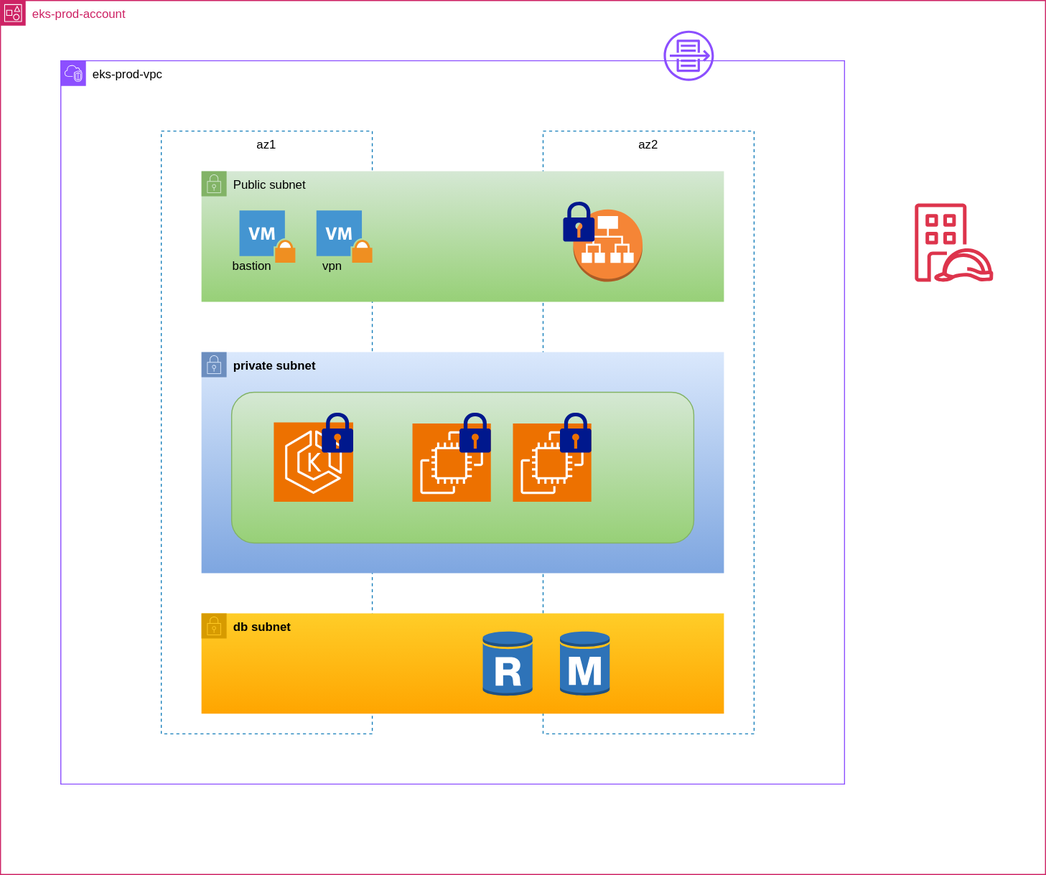
This is eks.drawio.svg from ullagallu123/svg, a draw.io export, as it was before one commit. Source tidied: cells renumbered, new cells last; positions are measured from the earlier drawing's top-left corner, leaving out a move shared by most shapes. Source of this version:
```xml
<mxGraphModel>
  <root>
    <mxCell id="0" />
    <mxCell id="1" parent="0" />
    <mxCell id="2" value="eks-prod-account" style="gradientColor=none;html=1;whiteSpace=wrap;fontSize=12;fontStyle=0;shape=mxgraph.aws4.group;grIcon=mxgraph.aws4.group_account;strokeColor=#CD2264;fillColor=none;verticalAlign=top;align=left;spacingLeft=30;fontColor=#CD2264;dashed=0;" parent="1" vertex="1">
      <mxGeometry width="1040" height="870" as="geometry" />
    </mxCell>
    <mxCell id="3" style="sketch=0;fontColor=#232F3E;gradientColor=none;fillColor=#DD344C;strokeColor=none;dashed=0;verticalLabelPosition=bottom;verticalAlign=top;align=center;html=1;fontSize=12;fontStyle=0;shape=mxgraph.aws4.identity_access_management_iam_roles_anywhere;" parent="2" vertex="1">
      <mxGeometry x="910" y="202" width="78" height="78" as="geometry" />
    </mxCell>
    <mxCell id="4" value="&lt;font style=&quot;color: light-dark(rgb(0, 0, 0), rgb(127, 0, 255));&quot;&gt;eks-prod-vpc&lt;/font&gt;" style="gradientColor=none;html=1;whiteSpace=wrap;fontSize=12;fontStyle=0;shape=mxgraph.aws4.group;grIcon=mxgraph.aws4.group_vpc2;strokeColor=#8C4FFF;fillColor=none;verticalAlign=top;align=left;spacingLeft=30;fontColor=#AAB7B8;dashed=0;" parent="1" vertex="1">
      <mxGeometry x="60" y="60" width="780" height="720" as="geometry" />
    </mxCell>
    <mxCell id="5" value="&lt;font style=&quot;color: light-dark(rgb(0, 0, 0), rgb(0, 255, 0));&quot;&gt;az1&lt;/font&gt;" style="fillColor=none;strokeColor=light-dark(#147EBA,#00FF80);dashed=1;verticalAlign=top;fontStyle=0;fontColor=#147EBA;whiteSpace=wrap;html=1;" parent="4" vertex="1">
      <mxGeometry x="100" y="70" width="210" height="600" as="geometry" />
    </mxCell>
    <mxCell id="6" value="&lt;font style=&quot;color: light-dark(rgb(0, 0, 0), rgb(153, 51, 255));&quot;&gt;az2&lt;/font&gt;" style="fillColor=none;strokeColor=light-dark(#147EBA,#CC00CC);dashed=1;verticalAlign=top;fontStyle=0;fontColor=#147EBA;whiteSpace=wrap;html=1;" parent="4" vertex="1">
      <mxGeometry x="480" y="70" width="210" height="600" as="geometry" />
    </mxCell>
    <mxCell id="7" value="Public subnet" style="gradientColor=#97d077;html=1;whiteSpace=wrap;fontSize=12;fontStyle=0;shape=mxgraph.aws4.group;grIcon=mxgraph.aws4.group_security_group;grStroke=0;strokeColor=#82b366;fillColor=#d5e8d4;verticalAlign=top;align=left;spacingLeft=30;dashed=0;" parent="4" vertex="1">
      <mxGeometry x="140" y="110" width="520" height="130" as="geometry" />
    </mxCell>
    <mxCell id="8" style="shadow=0;dashed=0;html=1;strokeColor=none;fillColor=#4495D1;labelPosition=center;verticalLabelPosition=bottom;verticalAlign=top;align=center;outlineConnect=0;shape=mxgraph.veeam.2d.vm_locked;" parent="7" vertex="1">
      <mxGeometry x="37.8" y="39" width="55.6" height="52" as="geometry" />
    </mxCell>
    <mxCell id="9" value="vpn" style="text;html=1;align=center;verticalAlign=middle;strokeColor=none;fillColor=none;" parent="7" vertex="1">
      <mxGeometry x="110" y="80" width="40" height="30" as="geometry" />
    </mxCell>
    <mxCell id="10" value="private subnet" style="gradientColor=#7ea6e0;html=1;whiteSpace=wrap;fontSize=12;fontStyle=1;shape=mxgraph.aws4.group;grIcon=mxgraph.aws4.group_security_group;grStroke=0;strokeColor=#6c8ebf;fillColor=#dae8fc;verticalAlign=top;align=left;spacingLeft=30;dashed=0;" parent="4" vertex="1">
      <mxGeometry x="140" y="290" width="520" height="220" as="geometry" />
    </mxCell>
    <mxCell id="11" style="rounded=1;whiteSpace=wrap;html=1;fillColor=#d5e8d4;gradientColor=#97d077;strokeColor=#82b366;" parent="10" vertex="1">
      <mxGeometry x="30" y="40" width="460" height="150" as="geometry" />
    </mxCell>
    <mxCell id="12" style="sketch=0;points=[[0,0,0],[0.25,0,0],[0.5,0,0],[0.75,0,0],[1,0,0],[0,1,0],[0.25,1,0],[0.5,1,0],[0.75,1,0],[1,1,0],[0,0.25,0],[0,0.5,0],[0,0.75,0],[1,0.25,0],[1,0.5,0],[1,0.75,0]];outlineConnect=0;fontColor=#232F3E;fillColor=#ED7100;strokeColor=#ffffff;dashed=0;verticalLabelPosition=bottom;verticalAlign=top;align=center;html=1;fontSize=12;fontStyle=0;shape=mxgraph.aws4.resourceIcon;resIcon=mxgraph.aws4.eks;" parent="10" vertex="1">
      <mxGeometry x="72" y="70" width="79" height="79" as="geometry" />
    </mxCell>
    <mxCell id="13" style="sketch=0;shadow=0;dashed=0;html=1;strokeColor=none;labelPosition=center;verticalLabelPosition=bottom;verticalAlign=top;align=center;fillColor=#00188D;shape=mxgraph.mscae.enterprise.lock;" parent="10" vertex="1">
      <mxGeometry x="119.8" y="60" width="31.2" height="40" as="geometry" />
    </mxCell>
    <mxCell id="14" style="sketch=0;fontColor=#232F3E;fillColor=#ED7100;strokeColor=#ffffff;dashed=0;verticalLabelPosition=bottom;verticalAlign=top;align=center;html=1;fontSize=12;fontStyle=0;shape=mxgraph.aws4.resourceIcon;resIcon=mxgraph.aws4.ec2;" parent="10" vertex="1">
      <mxGeometry x="210" y="71" width="78" height="78" as="geometry" />
    </mxCell>
    <mxCell id="15" style="sketch=0;fontColor=#232F3E;fillColor=#ED7100;strokeColor=#ffffff;dashed=0;verticalLabelPosition=bottom;verticalAlign=top;align=center;html=1;fontSize=12;fontStyle=0;shape=mxgraph.aws4.resourceIcon;resIcon=mxgraph.aws4.ec2;" parent="10" vertex="1">
      <mxGeometry x="310" y="71" width="78" height="78" as="geometry" />
    </mxCell>
    <mxCell id="16" style="sketch=0;shadow=0;dashed=0;html=1;strokeColor=none;labelPosition=center;verticalLabelPosition=bottom;verticalAlign=top;align=center;fillColor=#00188D;shape=mxgraph.mscae.enterprise.lock;" parent="10" vertex="1">
      <mxGeometry x="256.8" y="60" width="31.2" height="40" as="geometry" />
    </mxCell>
    <mxCell id="17" style="sketch=0;shadow=0;dashed=0;html=1;strokeColor=none;labelPosition=center;verticalLabelPosition=bottom;verticalAlign=top;align=center;fillColor=#00188D;shape=mxgraph.mscae.enterprise.lock;" parent="10" vertex="1">
      <mxGeometry x="356.8" y="60" width="31.2" height="40" as="geometry" />
    </mxCell>
    <mxCell id="18" value="db subnet" style="gradientColor=#ffa500;html=1;whiteSpace=wrap;fontSize=12;fontStyle=1;shape=mxgraph.aws4.group;grIcon=mxgraph.aws4.group_security_group;grStroke=0;strokeColor=#d79b00;fillColor=#ffcd28;verticalAlign=top;align=left;spacingLeft=30;dashed=0;" parent="4" vertex="1">
      <mxGeometry x="140" y="550" width="520" height="100" as="geometry" />
    </mxCell>
    <mxCell id="19" style="outlineConnect=0;dashed=0;verticalLabelPosition=bottom;verticalAlign=top;align=center;html=1;shape=mxgraph.aws3.rds_db_instance;fillColor=#2E73B8;gradientColor=none;" parent="18" vertex="1">
      <mxGeometry x="356.8" y="17" width="49.5" height="66" as="geometry" />
    </mxCell>
    <mxCell id="20" style="outlineConnect=0;dashed=0;verticalLabelPosition=bottom;verticalAlign=top;align=center;html=1;shape=mxgraph.aws3.rds_db_instance_read_replica;fillColor=#2E73B8;gradientColor=none;" parent="18" vertex="1">
      <mxGeometry x="280" y="17" width="49.5" height="66" as="geometry" />
    </mxCell>
    <mxCell id="21" style="shadow=0;dashed=0;html=1;strokeColor=none;fillColor=#4495D1;labelPosition=center;verticalLabelPosition=bottom;verticalAlign=top;align=center;outlineConnect=0;shape=mxgraph.veeam.2d.vm_locked;" parent="4" vertex="1">
      <mxGeometry x="254.4" y="149" width="55.6" height="52" as="geometry" />
    </mxCell>
    <mxCell id="22" value="bastion" style="text;html=1;align=center;verticalAlign=middle;points=[];strokeColor=none;fillColor=none;" parent="4" vertex="1">
      <mxGeometry x="160" y="190" width="60" height="30" as="geometry" />
    </mxCell>
    <mxCell id="23" style="outlineConnect=0;dashed=0;verticalLabelPosition=bottom;verticalAlign=top;align=center;html=1;shape=mxgraph.aws3.application_load_balancer;fillColor=#F58536;gradientColor=none;" parent="4" vertex="1">
      <mxGeometry x="510" y="148" width="69" height="72" as="geometry" />
    </mxCell>
    <mxCell id="24" style="sketch=0;shadow=0;dashed=0;html=1;strokeColor=none;labelPosition=center;verticalLabelPosition=bottom;verticalAlign=top;align=center;fillColor=#00188D;shape=mxgraph.mscae.enterprise.lock;" parent="4" vertex="1">
      <mxGeometry x="500" y="140" width="31.2" height="40" as="geometry" />
    </mxCell>
    <mxCell id="25" style="sketch=0;fontColor=#232F3E;gradientColor=none;fillColor=#8C4FFF;strokeColor=none;dashed=0;verticalLabelPosition=bottom;verticalAlign=top;align=center;html=1;fontSize=12;fontStyle=0;shape=mxgraph.aws4.flow_logs;" parent="1" vertex="1">
      <mxGeometry x="660" y="30" width="50" height="50" as="geometry" />
    </mxCell>
  </root>
</mxGraphModel>
```
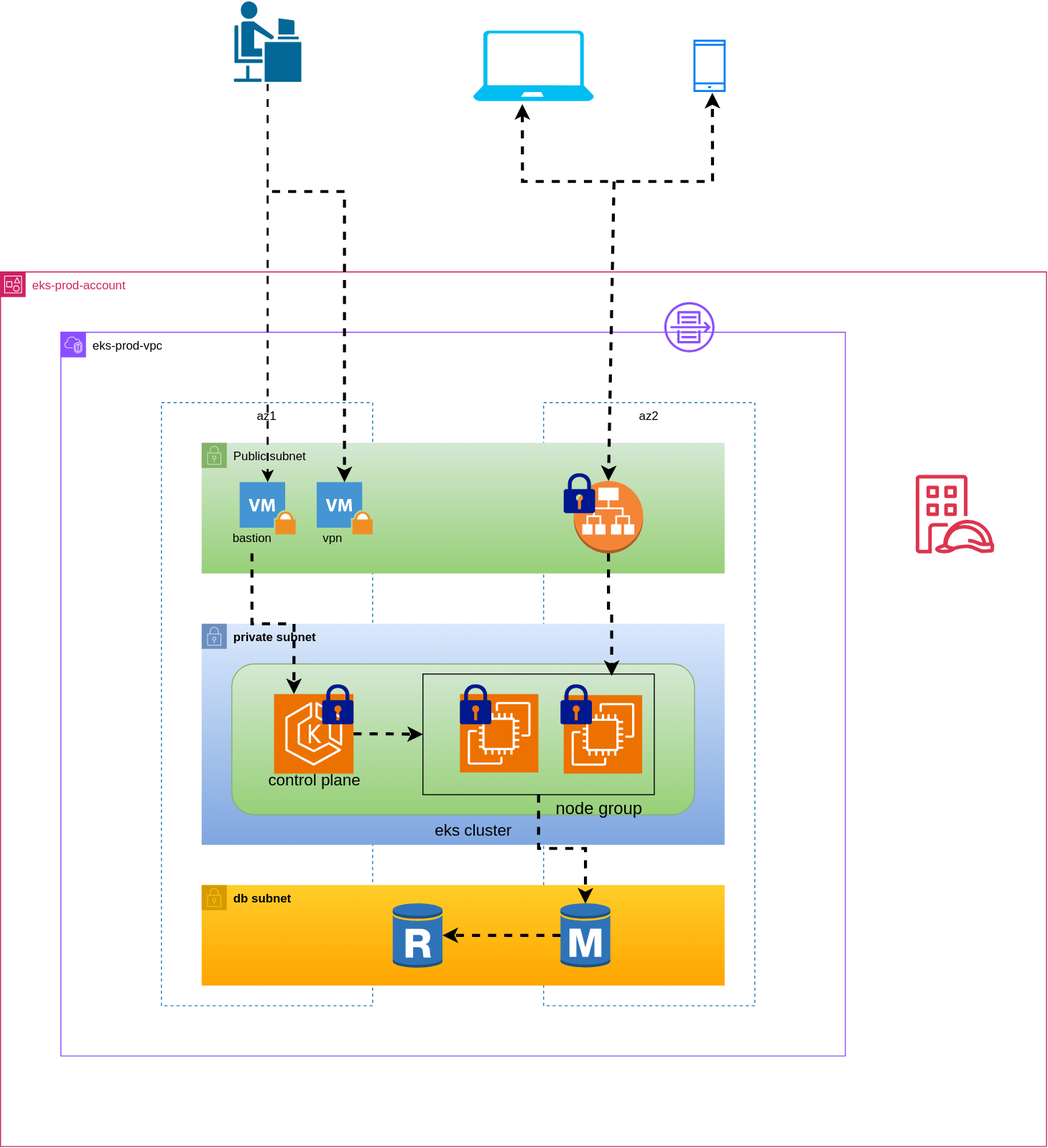
Above is the later version.

What changed in the source:
```diff
@@ -32,6 +32,9 @@
     <mxCell id="11" style="rounded=1;whiteSpace=wrap;html=1;fillColor=#d5e8d4;gradientColor=#97d077;strokeColor=#82b366;" parent="10" vertex="1">
       <mxGeometry x="30" y="40" width="460" height="150" as="geometry" />
     </mxCell>
+    <mxCell id="26" style="edgeStyle=orthogonalEdgeStyle;rounded=0;jettySize=auto;html=1;entryX=0;entryY=0.5;entryDx=0;entryDy=0;strokeWidth=3;flowAnimation=1;" parent="10" edge="1" source="12" target="27">
+      <mxGeometry relative="1" as="geometry" />
+    </mxCell>
     <mxCell id="12" style="sketch=0;points=[[0,0,0],[0.25,0,0],[0.5,0,0],[0.75,0,0],[1,0,0],[0,1,0],[0.25,1,0],[0.5,1,0],[0.75,1,0],[1,1,0],[0,0.25,0],[0,0.5,0],[0,0.75,0],[1,0.25,0],[1,0.5,0],[1,0.75,0]];outlineConnect=0;fontColor=#232F3E;fillColor=#ED7100;strokeColor=#ffffff;dashed=0;verticalLabelPosition=bottom;verticalAlign=top;align=center;html=1;fontSize=12;fontStyle=0;shape=mxgraph.aws4.resourceIcon;resIcon=mxgraph.aws4.eks;" parent="10" vertex="1">
       <mxGeometry x="72" y="70" width="79" height="79" as="geometry" />
     </mxCell>
@@ -39,10 +42,10 @@
       <mxGeometry x="119.8" y="60" width="31.2" height="40" as="geometry" />
     </mxCell>
     <mxCell id="14" style="sketch=0;fontColor=#232F3E;fillColor=#ED7100;strokeColor=#ffffff;dashed=0;verticalLabelPosition=bottom;verticalAlign=top;align=center;html=1;fontSize=12;fontStyle=0;shape=mxgraph.aws4.resourceIcon;resIcon=mxgraph.aws4.ec2;" parent="10" vertex="1">
-      <mxGeometry x="210" y="71" width="78" height="78" as="geometry" />
+      <mxGeometry x="256.8" y="70" width="78" height="78" as="geometry" />
     </mxCell>
     <mxCell id="15" style="sketch=0;fontColor=#232F3E;fillColor=#ED7100;strokeColor=#ffffff;dashed=0;verticalLabelPosition=bottom;verticalAlign=top;align=center;html=1;fontSize=12;fontStyle=0;shape=mxgraph.aws4.resourceIcon;resIcon=mxgraph.aws4.ec2;" parent="10" vertex="1">
-      <mxGeometry x="310" y="71" width="78" height="78" as="geometry" />
+      <mxGeometry x="360" y="71" width="78" height="78" as="geometry" />
     </mxCell>
     <mxCell id="16" style="sketch=0;shadow=0;dashed=0;html=1;strokeColor=none;labelPosition=center;verticalLabelPosition=bottom;verticalAlign=top;align=center;fillColor=#00188D;shape=mxgraph.mscae.enterprise.lock;" parent="10" vertex="1">
       <mxGeometry x="256.8" y="60" width="31.2" height="40" as="geometry" />
@@ -50,6 +53,18 @@
     <mxCell id="17" style="sketch=0;shadow=0;dashed=0;html=1;strokeColor=none;labelPosition=center;verticalLabelPosition=bottom;verticalAlign=top;align=center;fillColor=#00188D;shape=mxgraph.mscae.enterprise.lock;" parent="10" vertex="1">
       <mxGeometry x="356.8" y="60" width="31.2" height="40" as="geometry" />
     </mxCell>
+    <mxCell id="27" style="rounded=0;whiteSpace=wrap;html=1;fillColor=none;" parent="10" vertex="1">
+      <mxGeometry x="220" y="50" width="230" height="120" as="geometry" />
+    </mxCell>
+    <mxCell id="28" value="&lt;font style=&quot;font-size: 16px; color: light-dark(rgb(0, 0, 0), rgb(255, 243, 246));&quot;&gt;control plane&lt;/font&gt;" style="text;html=1;align=center;verticalAlign=middle;strokeColor=none;fillColor=none;" parent="10" vertex="1">
+      <mxGeometry x="51.5" y="140" width="120" height="30" as="geometry" />
+    </mxCell>
+    <mxCell id="29" value="&lt;font style=&quot;font-size: 17px;&quot;&gt;node group&lt;/font&gt;" style="text;html=1;align=center;verticalAlign=middle;strokeColor=none;fillColor=none;" parent="10" vertex="1">
+      <mxGeometry x="340" y="170" width="110" height="30" as="geometry" />
+    </mxCell>
+    <mxCell id="30" value="&lt;font style=&quot;font-size: 16px; color: light-dark(rgb(0, 0, 0), rgb(76, 0, 153));&quot;&gt;eks cluster&lt;/font&gt;" style="text;html=1;align=center;verticalAlign=middle;strokeColor=none;fillColor=none;" parent="10" vertex="1">
+      <mxGeometry x="220" y="190" width="100" height="30" as="geometry" />
+    </mxCell>
     <mxCell id="18" value="db subnet" style="gradientColor=#ffa500;html=1;whiteSpace=wrap;fontSize=12;fontStyle=1;shape=mxgraph.aws4.group;grIcon=mxgraph.aws4.group_security_group;grStroke=0;strokeColor=#d79b00;fillColor=#ffcd28;verticalAlign=top;align=left;spacingLeft=30;dashed=0;" parent="4" vertex="1">
       <mxGeometry x="140" y="550" width="520" height="100" as="geometry" />
     </mxCell>
@@ -57,8 +72,11 @@
       <mxGeometry x="356.8" y="17" width="49.5" height="66" as="geometry" />
     </mxCell>
     <mxCell id="20" style="outlineConnect=0;dashed=0;verticalLabelPosition=bottom;verticalAlign=top;align=center;html=1;shape=mxgraph.aws3.rds_db_instance_read_replica;fillColor=#2E73B8;gradientColor=none;" parent="18" vertex="1">
-      <mxGeometry x="280" y="17" width="49.5" height="66" as="geometry" />
+      <mxGeometry x="190" y="17" width="49.5" height="66" as="geometry" />
     </mxCell>
+    <mxCell id="31" style="edgeStyle=orthogonalEdgeStyle;rounded=0;jettySize=auto;html=1;entryX=1;entryY=0.5;entryDx=0;entryDy=0;entryPerimeter=0;strokeWidth=3;flowAnimation=1;" parent="18" edge="1" source="19" target="20">
+      <mxGeometry relative="1" as="geometry" />
+    </mxCell>
     <mxCell id="21" style="shadow=0;dashed=0;html=1;strokeColor=none;fillColor=#4495D1;labelPosition=center;verticalLabelPosition=bottom;verticalAlign=top;align=center;outlineConnect=0;shape=mxgraph.veeam.2d.vm_locked;" parent="4" vertex="1">
       <mxGeometry x="254.4" y="149" width="55.6" height="52" as="geometry" />
     </mxCell>
@@ -71,8 +89,50 @@
     <mxCell id="24" style="sketch=0;shadow=0;dashed=0;html=1;strokeColor=none;labelPosition=center;verticalLabelPosition=bottom;verticalAlign=top;align=center;fillColor=#00188D;shape=mxgraph.mscae.enterprise.lock;" parent="4" vertex="1">
       <mxGeometry x="500" y="140" width="31.2" height="40" as="geometry" />
     </mxCell>
+    <mxCell id="32" style="edgeStyle=orthogonalEdgeStyle;rounded=0;jettySize=auto;html=1;entryX=0.25;entryY=0;entryDx=0;entryDy=0;entryPerimeter=0;strokeWidth=3;flowAnimation=1;" parent="4" edge="1" source="22" target="12">
+      <mxGeometry relative="1" as="geometry" />
+    </mxCell>
+    <mxCell id="33" style="edgeStyle=orthogonalEdgeStyle;rounded=0;jettySize=auto;html=1;entryX=0.816;entryY=0.016;entryDx=0;entryDy=0;entryPerimeter=0;strokeWidth=3;flowAnimation=1;" parent="4" edge="1" source="23" target="27">
+      <mxGeometry relative="1" as="geometry" />
+    </mxCell>
+    <mxCell id="34" style="edgeStyle=orthogonalEdgeStyle;rounded=0;jettySize=auto;html=1;entryX=0.5;entryY=0.02;entryDx=0;entryDy=0;entryPerimeter=0;flowAnimation=1;strokeWidth=3;" parent="4" edge="1" source="27" target="19">
+      <mxGeometry relative="1" as="geometry" />
+    </mxCell>
     <mxCell id="25" style="sketch=0;fontColor=#232F3E;gradientColor=none;fillColor=#8C4FFF;strokeColor=none;dashed=0;verticalLabelPosition=bottom;verticalAlign=top;align=center;html=1;fontSize=12;fontStyle=0;shape=mxgraph.aws4.flow_logs;" parent="1" vertex="1">
       <mxGeometry x="660" y="30" width="50" height="50" as="geometry" />
     </mxCell>
+    <mxCell id="35" style="edgeStyle=orthogonalEdgeStyle;rounded=0;jettySize=auto;html=1;strokeWidth=2;flowAnimation=1;" parent="1" edge="1" source="36" target="8">
+      <mxGeometry relative="1" as="geometry" />
+    </mxCell>
+    <mxCell id="36" style="shape=mxgraph.cisco.people.androgenous_person;html=1;dashed=0;fillColor=#036897;strokeColor=#ffffff;strokeWidth=2;verticalLabelPosition=bottom;verticalAlign=top;align=center;outlineConnect=0;" parent="1" vertex="1">
+      <mxGeometry x="231.1" y="-270" width="69" height="82" as="geometry" />
+    </mxCell>
+    <mxCell id="37" style="edgeStyle=orthogonalEdgeStyle;rounded=0;jettySize=auto;html=1;strokeWidth=3;flowAnimation=1;" parent="1" edge="1" target="21">
+      <mxGeometry relative="1" as="geometry">
+        <mxPoint x="270" y="-80" as="sourcePoint" />
+        <Array as="points">
+          <mxPoint x="342" y="-80" />
+        </Array>
+      </mxGeometry>
+    </mxCell>
+    <mxCell id="38" style="html=1;verticalLabelPosition=bottom;align=center;labelBackgroundColor=#ffffff;verticalAlign=top;strokeWidth=2;strokeColor=#0080F0;shadow=0;dashed=0;shape=mxgraph.ios7.icons.smartphone;" parent="1" vertex="1">
+      <mxGeometry x="690" y="-230" width="30" height="50" as="geometry" />
+    </mxCell>
+    <mxCell id="39" style="verticalLabelPosition=bottom;html=1;verticalAlign=top;align=center;strokeColor=none;fillColor=#00BEF2;shape=mxgraph.azure.laptop;" parent="1" vertex="1">
+      <mxGeometry x="470" y="-240" width="120" height="70" as="geometry" />
+    </mxCell>
+    <mxCell id="40" style="endArrow=classic;startArrow=classic;html=1;rounded=0;entryX=0.593;entryY=1.038;entryDx=0;entryDy=0;entryPerimeter=0;exitX=0.407;exitY=1.043;exitDx=0;exitDy=0;exitPerimeter=0;flowAnimation=1;strokeWidth=3;" parent="1" edge="1" source="39" target="38">
+      <mxGeometry relative="1" as="geometry">
+        <Array as="points">
+          <mxPoint x="519" y="-90" />
+          <mxPoint x="708" y="-90" />
+        </Array>
+      </mxGeometry>
+    </mxCell>
+    <mxCell id="41" style="endArrow=classic;html=1;rounded=0;entryX=0.5;entryY=0;entryDx=0;entryDy=0;entryPerimeter=0;flowAnimation=1;strokeWidth=3;" parent="1" edge="1" target="23">
+      <mxGeometry relative="1" as="geometry">
+        <mxPoint x="610" y="-90" as="sourcePoint" />
+      </mxGeometry>
+    </mxCell>
   </root>
 </mxGraphModel>
```
